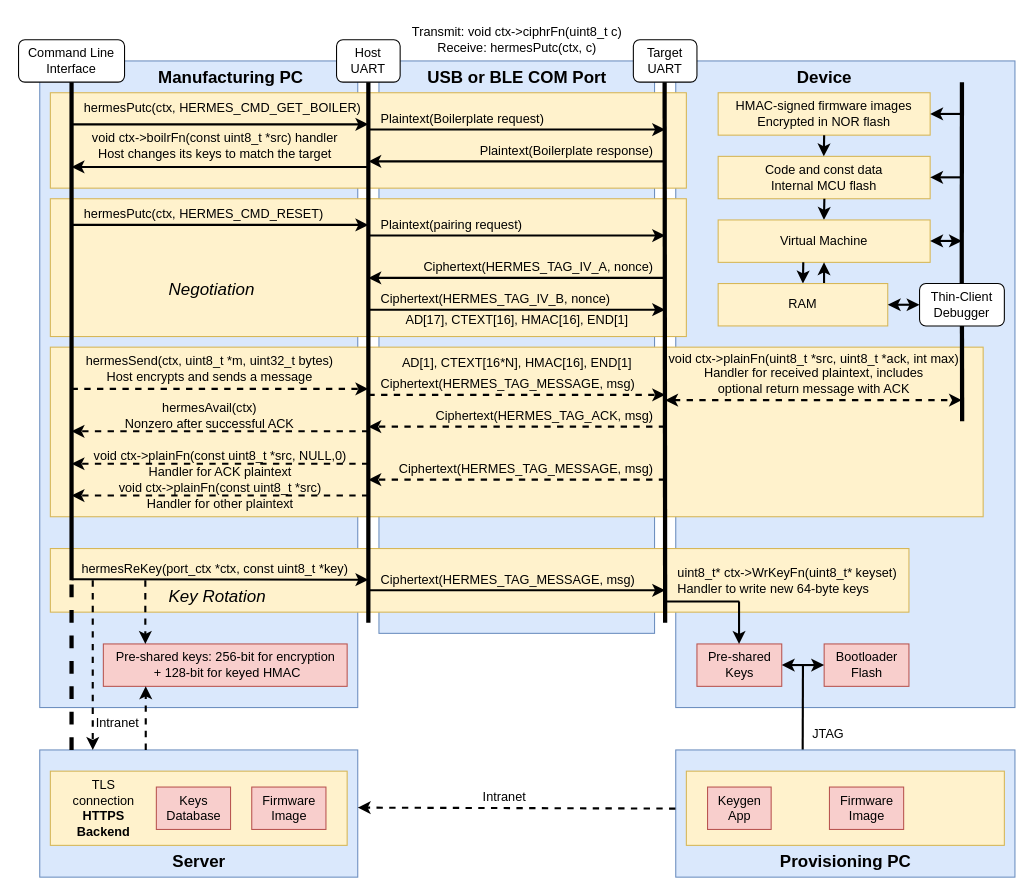
Earlier version of the draw.io diagram docs/call-flow.drawio (bradleyeckert/hermes). Source tidied: cells renumbered, new cells numbered last; positions are measured from the earlier drawing's top-left corner, leaving out a move shared by most shapes. Both pictures are drawn from the tidied source at 106%, with x=0, y=0 at pixel (18, 18).
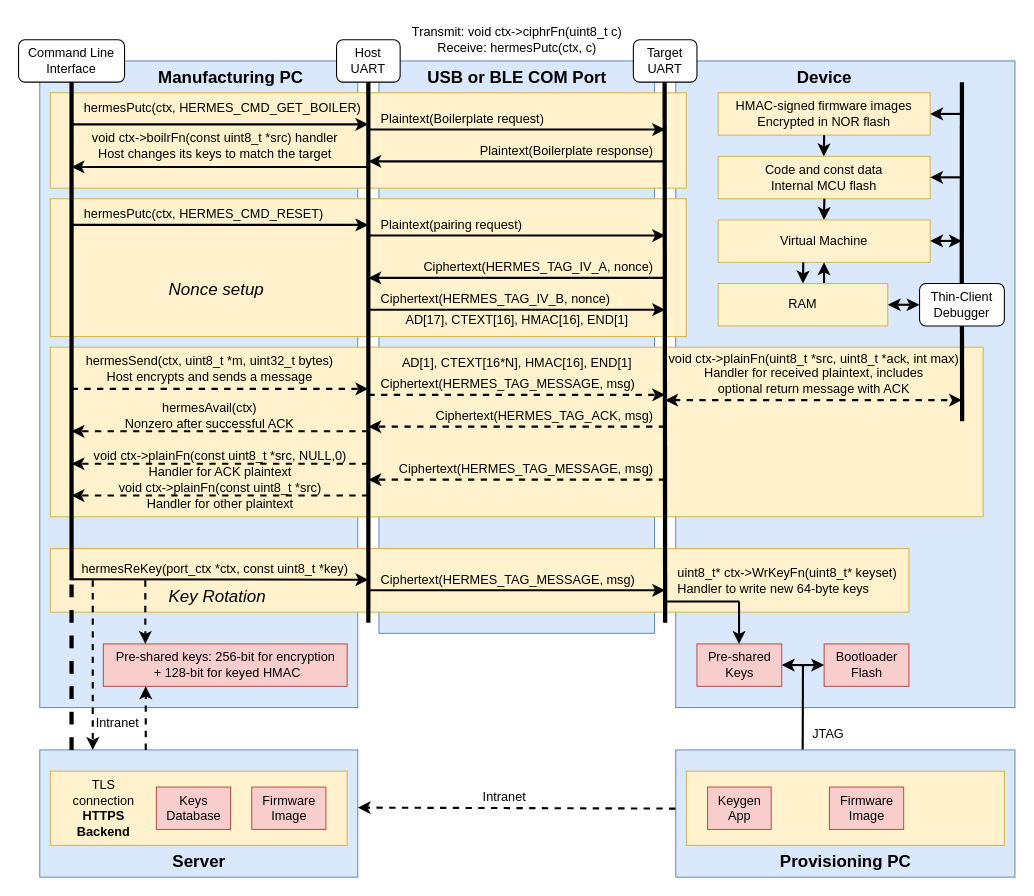
Above is the later version.

The edit, as a diff of the source:
```diff
@@
-    <mxCell id="102" value="&lt;font style=&quot;font-size: 16px;&quot;&gt;&lt;i&gt;Negotiation&lt;/i&gt;&lt;/font&gt;" style="text;html=1;align=left;verticalAlign=middle;strokeColor=none;fillColor=none;" parent="1" vertex="1">
-      <mxGeometry x="140" y="240" width="100" height="30" as="geometry" />
+    <mxCell id="102" value="&lt;font style=&quot;font-size: 16px;&quot;&gt;&lt;i&gt;Nonce setup&lt;/i&gt;&lt;/font&gt;" style="text;html=1;align=left;verticalAlign=middle;strokeColor=none;fillColor=none;" parent="1" vertex="1">
+      <mxGeometry x="140" y="240" width="110" height="30" as="geometry" />
     </mxCell>
```
